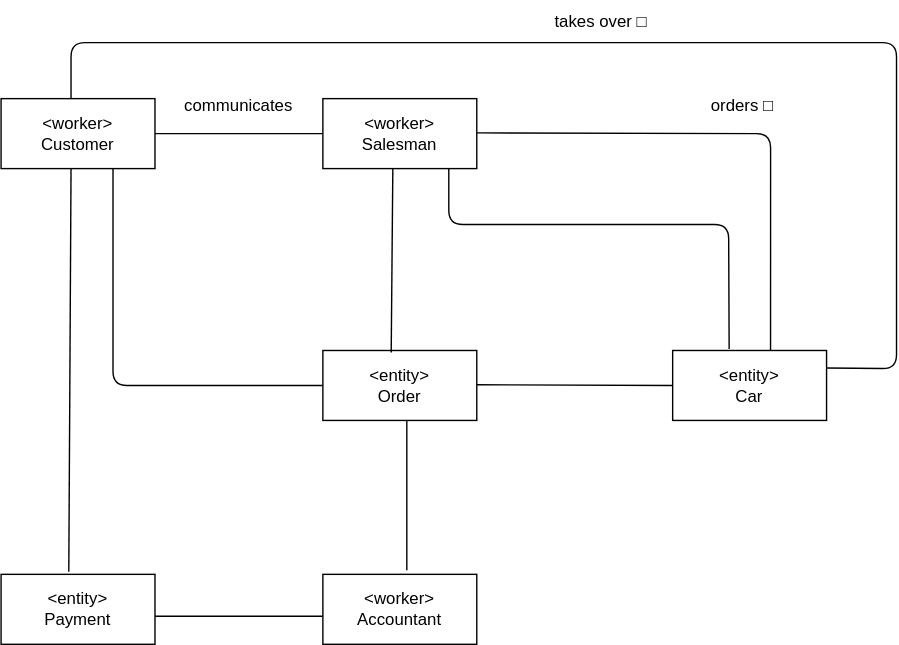
Above: yukaricardiagram.drawio.svg in ivondrak/SWE2025 (draw.io), before the change. Source tidied: cells renumbered, new cells last; positions are measured from the earlier drawing's top-left corner, leaving out a move shared by most shapes.
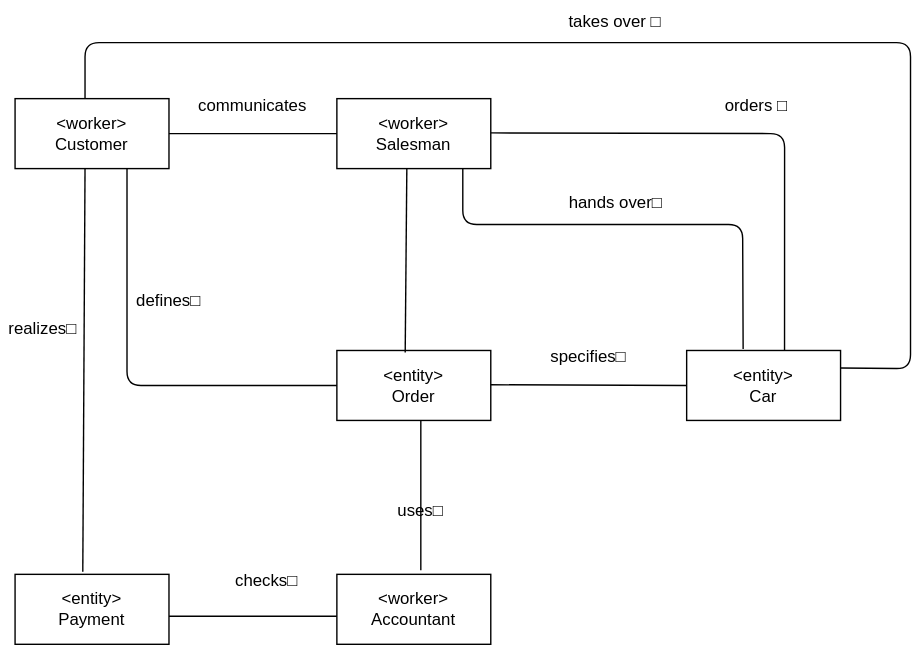
Later version of the same file.

The edit, as a diff of the source:
```diff
@@ -94,5 +94,23 @@
     <mxCell id="20" value="orders □" style="text;html=1;align=center;verticalAlign=middle;whiteSpace=wrap;rounded=0;" parent="1" vertex="1">
       <mxGeometry x="490" y="60" width="80" height="30" as="geometry" />
     </mxCell>
+    <mxCell id="21" value="defines□" style="text;html=1;align=center;verticalAlign=middle;whiteSpace=wrap;rounded=0;" parent="1" vertex="1">
+      <mxGeometry x="80" y="200" width="60" height="30" as="geometry" />
+    </mxCell>
+    <mxCell id="22" value="realizes□" style="text;html=1;align=center;verticalAlign=middle;whiteSpace=wrap;rounded=0;" parent="1" vertex="1">
+      <mxGeometry x="-10" y="220" width="60" height="30" as="geometry" />
+    </mxCell>
+    <mxCell id="23" value="checks□" style="text;html=1;align=center;verticalAlign=middle;whiteSpace=wrap;rounded=0;" parent="1" vertex="1">
+      <mxGeometry x="150" y="400" width="60" height="30" as="geometry" />
+    </mxCell>
+    <mxCell id="24" value="uses□" style="text;html=1;align=center;verticalAlign=middle;whiteSpace=wrap;rounded=0;" parent="1" vertex="1">
+      <mxGeometry x="260" y="350" width="60" height="30" as="geometry" />
+    </mxCell>
+    <mxCell id="25" value="specifies□" style="text;html=1;align=center;verticalAlign=middle;whiteSpace=wrap;rounded=0;" parent="1" vertex="1">
+      <mxGeometry x="380" y="240" width="60" height="30" as="geometry" />
+    </mxCell>
+    <mxCell id="26" value="hands over□" style="text;html=1;align=center;verticalAlign=middle;whiteSpace=wrap;rounded=0;" parent="1" vertex="1">
+      <mxGeometry x="389" y="130" width="81" height="30" as="geometry" />
+    </mxCell>
   </root>
 </mxGraphModel>
```
